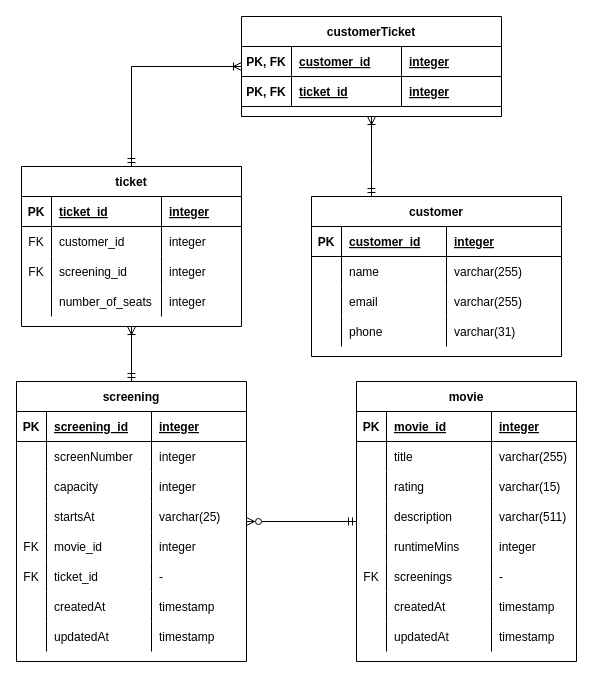
boolean-uk/csharp-api-cinema-challenge keeps this draw.io diagram as api-cinema-challenge/documentation/Cinema_challenge_ERD.drawio. Above is the earlier version. Source tidied: cells renumbered, new cells numbered last; positions are measured from the earlier drawing's top-left corner, leaving out a move shared by most shapes. Both pictures are drawn from the tidied source at 100%, with x=0, y=0 at pixel (16, 16).
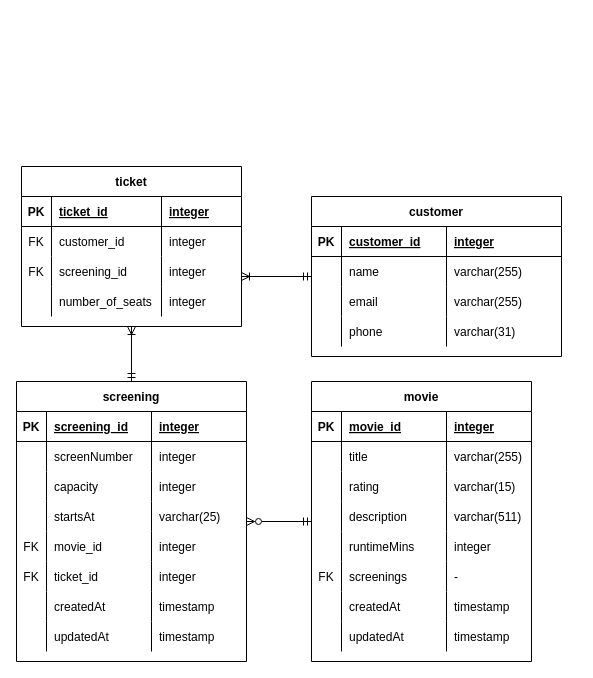
Above is the later version.

Commit message (it also covers changes not shown here):
Updated ER diagrams to reflect state after extension done

Unchanged cells that the change refers to:
```xml
<mxCell id="2" value="ticket" style="shape=table;startSize=30;childLayout=tableLayout;rowLines=0;fontStyle=1;align=center;" parent="1" vertex="1">
  <mxGeometry x="5" y="150" width="220" height="160" as="geometry" />
</mxCell>
<mxCell id="41" style="shape=partialRectangle;fillColor=none;top=0;left=0;right=0;bottom=0;" parent="20" vertex="1">
  <mxGeometry y="180" width="230" height="30" as="geometry" />
</mxCell>
<mxCell id="87" value="customer" style="shape=table;startSize=30;childLayout=tableLayout;rowLines=0;fontStyle=1;align=center;" parent="1" vertex="1">
  <mxGeometry x="295" y="180" width="250" height="160" as="geometry" />
</mxCell>
```

What changed in the source:
```diff
@@
-    <mxCell id="44" value="-" style="shape=partialRectangle;overflow=hidden;fillColor=none;top=0;left=0;bottom=0;right=0;align=left;spacingLeft=6;" parent="41" vertex="1">
+    <mxCell id="44" value="integer" style="shape=partialRectangle;overflow=hidden;fillColor=none;top=0;left=0;bottom=0;right=0;align=left;spacingLeft=6;" parent="41" vertex="1">
       <mxGeometry x="135" width="95" height="30" as="geometry" />
     </mxCell>
@@
     <mxCell id="53" value="movie" style="shape=table;startSize=30;childLayout=tableLayout;rowLines=0;fontStyle=1;align=center;" parent="1" vertex="1">
-      <mxGeometry x="340" y="365" width="220" height="280" as="geometry" />
+      <mxGeometry x="295" y="365" width="220" height="280" as="geometry" />
     </mxCell>
@@
-    <mxCell id="86" style="edgeStyle=orthogonalEdgeStyle;rounded=0;jettySize=auto;html=1;endArrow=ERoneToMany;endFill=0;startArrow=ERmandOne;startFill=0;" parent="1" edge="1" source="87" target="106">
+    <mxCell id="86" style="edgeStyle=orthogonalEdgeStyle;rounded=0;jettySize=auto;html=1;endArrow=ERoneToMany;endFill=0;startArrow=ERmandOne;startFill=0;" parent="1" edge="1" source="87" target="2">
       <mxGeometry relative="1" as="geometry">
         <Array as="points">
-          <mxPoint x="355" y="150" />
-          <mxPoint x="355" y="150" />
+          <mxPoint x="355" y="230" />
         </Array>
       </mxGeometry>
     </mxCell>
@@
-    <mxCell id="105" style="edgeStyle=orthogonalEdgeStyle;rounded=0;jettySize=auto;html=1;endArrow=ERmandOne;endFill=0;startArrow=ERoneToMany;startFill=0;" parent="1" edge="1" source="106" target="2">
-      <mxGeometry relative="1" as="geometry">
-        <Array as="points">
-          <mxPoint x="115" y="50" />
-        </Array>
-      </mxGeometry>
-    </mxCell>
-    <mxCell id="106" value="customerTicket" style="shape=table;startSize=30;childLayout=tableLayout;rowLines=0;fontStyle=1;align=center;" parent="1" vertex="1">
-      <mxGeometry x="225" width="260" height="100" as="geometry" />
-    </mxCell>
-    <mxCell id="107" style="shape=partialRectangle;fillColor=none;top=0;left=0;right=0;bottom=1;" parent="106" vertex="1">
-      <mxGeometry y="30" width="260" height="30" as="geometry" />
-    </mxCell>
-    <mxCell id="108" value="PK, FK" style="shape=partialRectangle;overflow=hidden;fillColor=none;top=0;left=0;bottom=0;right=0;fontStyle=1;" parent="107" vertex="1">
-      <mxGeometry width="50" height="30" as="geometry" />
-    </mxCell>
-    <mxCell id="109" value="customer_id" style="shape=partialRectangle;overflow=hidden;fillColor=none;top=0;left=0;bottom=0;right=0;align=left;spacingLeft=6;fontStyle=5;" parent="107" vertex="1">
-      <mxGeometry x="50" width="110" height="30" as="geometry" />
-    </mxCell>
-    <mxCell id="110" value="integer" style="shape=partialRectangle;overflow=hidden;fillColor=none;top=0;left=0;bottom=0;right=0;align=left;spacingLeft=6;fontStyle=5;" parent="107" vertex="1">
-      <mxGeometry x="160" width="100" height="30" as="geometry" />
-    </mxCell>
-    <mxCell id="111" style="shape=partialRectangle;fillColor=none;top=0;left=0;right=0;bottom=1;" parent="106" vertex="1">
-      <mxGeometry y="60" width="260" height="30" as="geometry" />
-    </mxCell>
-    <mxCell id="112" value="PK, FK" style="shape=partialRectangle;overflow=hidden;fillColor=none;top=0;left=0;bottom=0;right=0;fontStyle=1;" parent="111" vertex="1">
-      <mxGeometry width="50" height="30" as="geometry" />
-    </mxCell>
-    <mxCell id="113" value="ticket_id" style="shape=partialRectangle;overflow=hidden;fillColor=none;top=0;left=0;bottom=0;right=0;align=left;spacingLeft=6;fontStyle=5;" parent="111" vertex="1">
-      <mxGeometry x="50" width="110" height="30" as="geometry" />
-    </mxCell>
-    <mxCell id="114" value="integer" style="shape=partialRectangle;overflow=hidden;fillColor=none;top=0;left=0;bottom=0;right=0;align=left;spacingLeft=6;fontStyle=5;" parent="111" vertex="1">
-      <mxGeometry x="160" width="100" height="30" as="geometry" />
-    </mxCell>
```
